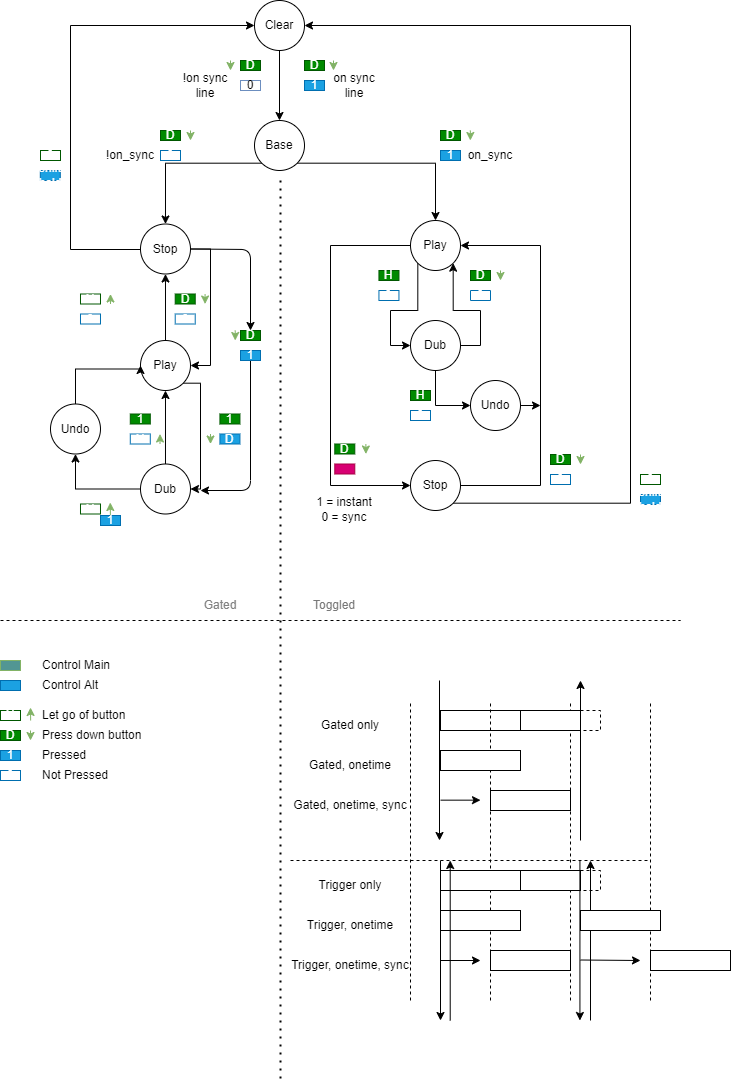
The draw.io diagram minim_states.drawio.png in purewack/minim-pd, before a commit. Source tidied: cells renumbered, new cells last; positions are measured from the earlier drawing's top-left corner, leaving out a move shared by most shapes.
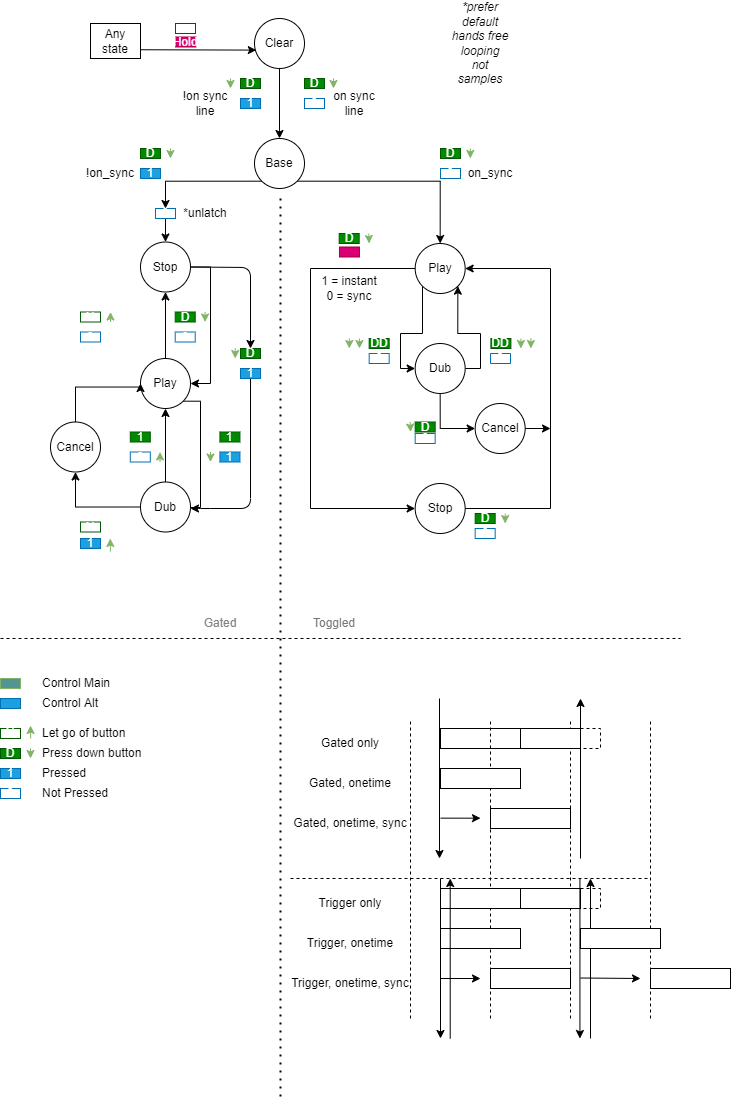
Later version of the same file.

Commit message:
[control] wip - roadmap for new control states

Diff of the diagram source:
```diff
@@ -10,4 +10,6 @@
     </mxCell>
-    <mxCell id="4" style="edgeStyle=orthogonalEdgeStyle;rounded=0;jettySize=auto;html=1;exitX=0;exitY=1;exitDx=0;exitDy=0;" parent="1" edge="1" source="6" target="10">
-      <mxGeometry relative="1" as="geometry" />
+    <mxCell id="4" style="edgeStyle=orthogonalEdgeStyle;rounded=0;jettySize=auto;html=1;exitX=0;exitY=1;exitDx=0;exitDy=0;" parent="1" edge="1" source="6">
+      <mxGeometry relative="1" as="geometry">
+        <mxPoint x="165" y="190" as="targetPoint" />
+      </mxGeometry>
     </mxCell>
@@ -22,11 +24,2 @@
     </mxCell>
-    <mxCell id="8" style="edgeStyle=orthogonalEdgeStyle;rounded=0;jettySize=auto;html=1;exitX=0;exitY=0;exitDx=0;exitDy=0;fontColor=#080808;entryX=0;entryY=0.5;entryDx=0;entryDy=0;" parent="1" edge="1" source="10" target="3">
-      <mxGeometry relative="1" as="geometry">
-        <Array as="points">
-          <mxPoint x="147" y="249" />
-          <mxPoint x="70" y="249" />
-          <mxPoint x="70" y="25" />
-        </Array>
-      </mxGeometry>
-    </mxCell>
     <mxCell id="9" style="edgeStyle=none;html=1;exitX=1;exitY=0.5;exitDx=0;exitDy=0;entryX=0.5;entryY=0;entryDx=0;entryDy=0;" parent="1" edge="1" source="10" target="129">
@@ -44,4 +37,4 @@
         <Array as="points">
-          <mxPoint x="330" y="245" />
-          <mxPoint x="330" y="485" />
+          <mxPoint x="310" y="250" />
+          <mxPoint x="310" y="490" />
         </Array>
@@ -52,5 +45,5 @@
         <Array as="points">
-          <mxPoint x="417" y="310" />
-          <mxPoint x="390" y="310" />
-          <mxPoint x="390" y="345" />
+          <mxPoint x="422" y="315" />
+          <mxPoint x="400" y="315" />
+          <mxPoint x="400" y="350" />
         </Array>
@@ -59,3 +52,3 @@
     <mxCell id="13" value="Play" style="ellipse;whiteSpace=wrap;html=1;" parent="1" vertex="1">
-      <mxGeometry x="410" y="220" width="50" height="50" as="geometry" />
+      <mxGeometry x="414.7" y="225" width="50" height="50" as="geometry" />
     </mxCell>
@@ -64,5 +57,5 @@
         <Array as="points">
-          <mxPoint x="480" y="345" />
-          <mxPoint x="480" y="310" />
-          <mxPoint x="453" y="310" />
+          <mxPoint x="480" y="350" />
+          <mxPoint x="480" y="315" />
+          <mxPoint x="457" y="315" />
         </Array>
@@ -74,3 +67,3 @@
     <mxCell id="16" value="Dub&lt;br&gt;" style="ellipse;whiteSpace=wrap;html=1;" parent="1" vertex="1">
-      <mxGeometry x="410" y="320" width="50" height="50" as="geometry" />
+      <mxGeometry x="414.7" y="325" width="50" height="50" as="geometry" />
     </mxCell>
@@ -79,4 +72,4 @@
         <Array as="points">
-          <mxPoint x="540" y="485" />
-          <mxPoint x="540" y="245" />
+          <mxPoint x="550" y="490" />
+          <mxPoint x="550" y="250" />
         </Array>
@@ -84,12 +77,4 @@
     </mxCell>
-    <mxCell id="18" style="edgeStyle=orthogonalEdgeStyle;rounded=0;jettySize=auto;html=1;exitX=1;exitY=1;exitDx=0;exitDy=0;entryX=1;entryY=0.5;entryDx=0;entryDy=0;fontColor=#080808;" parent="1" edge="1" source="19" target="3">
-      <mxGeometry relative="1" as="geometry">
-        <Array as="points">
-          <mxPoint x="630" y="503" />
-          <mxPoint x="630" y="25" />
-        </Array>
-      </mxGeometry>
-    </mxCell>
     <mxCell id="19" value="Stop" style="ellipse;whiteSpace=wrap;html=1;" parent="1" vertex="1">
-      <mxGeometry x="410" y="460" width="50" height="50" as="geometry" />
+      <mxGeometry x="414.7" y="465" width="50" height="50" as="geometry" />
     </mxCell>
@@ -103,7 +88,8 @@
     </mxCell>
-    <mxCell id="21" style="edgeStyle=orthogonalEdgeStyle;rounded=0;jettySize=auto;html=1;exitX=1;exitY=1;exitDx=0;exitDy=0;entryX=1;entryY=0.5;entryDx=0;entryDy=0;fontColor=#080808;" parent="1" edge="1" source="22" target="25">
+    <mxCell id="21" style="edgeStyle=orthogonalEdgeStyle;rounded=0;jettySize=auto;html=1;exitX=1;exitY=1;exitDx=0;exitDy=0;fontColor=#080808;endArrow=none;endFill=0;" parent="1" edge="1" source="22">
       <mxGeometry relative="1" as="geometry">
+        <mxPoint x="190" y="489" as="targetPoint" />
         <Array as="points">
           <mxPoint x="200" y="383" />
-          <mxPoint x="200" y="488" />
+          <mxPoint x="200" y="489" />
         </Array>
@@ -123,7 +109,7 @@
     </mxCell>
-    <mxCell id="26" value="0" style="rounded=0;whiteSpace=wrap;html=1;fillColor=none;strokeColor=#6c8ebf;" parent="1" vertex="1">
+    <mxCell id="26" value="1" style="rounded=0;whiteSpace=wrap;html=1;fillColor=#1ba1e2;strokeColor=#006EAF;fontColor=#ffffff;" parent="1" vertex="1">
       <mxGeometry x="240" y="80" width="20" height="10" as="geometry" />
     </mxCell>
-    <mxCell id="27" value="0" style="rounded=0;whiteSpace=wrap;html=1;fillColor=none;strokeColor=#006EAF;fontColor=#ffffff;" parent="1" vertex="1">
-      <mxGeometry x="160" y="150" width="20" height="10" as="geometry" />
+    <mxCell id="27" value="1" style="rounded=0;whiteSpace=wrap;html=1;fillColor=#1ba1e2;strokeColor=#006EAF;fontColor=#ffffff;" parent="1" vertex="1">
+      <mxGeometry x="140" y="150" width="20" height="10" as="geometry" />
     </mxCell>
@@ -160,3 +146,3 @@
     </mxCell>
-    <mxCell id="35" value="Undo" style="ellipse;whiteSpace=wrap;html=1;" parent="1" vertex="1">
+    <mxCell id="35" value="Cancel" style="ellipse;whiteSpace=wrap;html=1;" parent="1" vertex="1">
       <mxGeometry x="50" y="403.5" width="50" height="50" as="geometry" />
@@ -169,3 +155,3 @@
     </mxCell>
-    <mxCell id="37" value="D" style="rounded=0;whiteSpace=wrap;html=1;fillColor=#1ba1e2;strokeColor=#006EAF;fontColor=#ffffff;" parent="1" vertex="1">
+    <mxCell id="37" value="1" style="rounded=0;whiteSpace=wrap;html=1;fillColor=#1ba1e2;strokeColor=#006EAF;fontColor=#ffffff;" parent="1" vertex="1">
       <mxGeometry x="219.4" y="433.5" width="20" height="10" as="geometry" />
@@ -181,3 +167,3 @@
     </mxCell>
-    <mxCell id="40" value="U" style="rounded=0;whiteSpace=wrap;html=1;fillColor=none;strokeColor=#006EAF;fontColor=#ffffff;" parent="1" vertex="1">
+    <mxCell id="40" value="0" style="rounded=0;whiteSpace=wrap;html=1;fillColor=none;strokeColor=#006EAF;fontColor=#ffffff;" parent="1" vertex="1">
       <mxGeometry x="129.8" y="433.5" width="20" height="10" as="geometry" />
@@ -192,6 +178,6 @@
       <mxGeometry relative="1" as="geometry">
-        <mxPoint x="109.9" y="515" as="sourcePoint" />
-        <mxPoint x="109.8" y="502" as="targetPoint" />
+        <mxPoint x="109.9" y="533" as="sourcePoint" />
+        <mxPoint x="109.8" y="520" as="targetPoint" />
         <Array as="points">
-          <mxPoint x="109.9" y="515" />
+          <mxPoint x="109.9" y="533" />
         </Array>
@@ -199,3 +185,3 @@
     </mxCell>
-    <mxCell id="44" value="1" style="rounded=0;whiteSpace=wrap;html=1;fillColor=#1ba1e2;strokeColor=#006EAF;fontColor=#ffffff;" parent="1" vertex="1">
+    <mxCell id="44" value="0" style="rounded=0;whiteSpace=wrap;html=1;fillColor=none;strokeColor=#006EAF;fontColor=#ffffff;" parent="1" vertex="1">
       <mxGeometry x="440" y="150" width="20" height="10" as="geometry" />
@@ -203,45 +189,33 @@
     <mxCell id="45" value="0" style="rounded=0;whiteSpace=wrap;html=1;fillColor=none;strokeColor=#006EAF;fontColor=#ffffff;" parent="1" vertex="1">
-      <mxGeometry x="378.4" y="290" width="20" height="10" as="geometry" />
+      <mxGeometry x="368.7" y="335" width="20" height="10" as="geometry" />
     </mxCell>
-    <mxCell id="46" value="H" style="rounded=0;whiteSpace=wrap;html=1;fillColor=#008a00;strokeColor=#005700;fontColor=#ffffff;" parent="1" vertex="1">
-      <mxGeometry x="378.4" y="270" width="20" height="10" as="geometry" />
+    <mxCell id="46" value="DD" style="rounded=0;whiteSpace=wrap;html=1;fillColor=#008a00;strokeColor=#005700;fontColor=#ffffff;" parent="1" vertex="1">
+      <mxGeometry x="368.7" y="320" width="20" height="10" as="geometry" />
     </mxCell>
     <mxCell id="47" value="0" style="rounded=0;whiteSpace=wrap;html=1;fillColor=none;strokeColor=#006EAF;fontColor=#ffffff;direction=south;" parent="1" vertex="1">
-      <mxGeometry x="470" y="290" width="20" height="10" as="geometry" />
+      <mxGeometry x="490" y="335" width="20" height="10" as="geometry" />
     </mxCell>
     <mxCell id="48" value="D" style="rounded=0;whiteSpace=wrap;html=1;fillColor=#008a00;strokeColor=#005700;fontColor=#ffffff;" parent="1" vertex="1">
-      <mxGeometry x="470" y="270" width="20" height="10" as="geometry" />
+      <mxGeometry x="414.7" y="403.5" width="20" height="10" as="geometry" />
     </mxCell>
     <mxCell id="49" value="0" style="rounded=0;whiteSpace=wrap;html=1;fillColor=none;strokeColor=#006EAF;fontColor=#ffffff;" parent="1" vertex="1">
-      <mxGeometry x="550" y="474" width="20" height="10" as="geometry" />
+      <mxGeometry x="474.7" y="510" width="20" height="10" as="geometry" />
     </mxCell>
     <mxCell id="50" value="D" style="rounded=0;whiteSpace=wrap;html=1;fillColor=#008a00;strokeColor=#005700;fontColor=#ffffff;" parent="1" vertex="1">
-      <mxGeometry x="550" y="454" width="20" height="10" as="geometry" />
+      <mxGeometry x="474.7" y="495" width="20" height="10" as="geometry" />
     </mxCell>
     <mxCell id="51" style="rounded=0;whiteSpace=wrap;html=1;fillColor=#d80073;strokeColor=#A50040;fontColor=#ffffff;" parent="1" vertex="1">
-      <mxGeometry x="334.3" y="463.5" width="20" height="10" as="geometry" />
+      <mxGeometry x="339" y="228.5" width="20" height="10" as="geometry" />
     </mxCell>
-    <mxCell id="52" value="D" style="rounded=0;whiteSpace=wrap;html=1;fillColor=#008a00;strokeColor=#005700;fontColor=#ffffff;" parent="1" vertex="1">
-      <mxGeometry x="334.3" y="443.5" width="20" height="10" as="geometry" />
-    </mxCell>
     <mxCell id="53" style="edgeStyle=orthogonalEdgeStyle;rounded=0;jettySize=auto;html=1;exitX=1;exitY=0.5;exitDx=0;exitDy=0;fontColor=#080808;" parent="1" edge="1" source="54">
       <mxGeometry relative="1" as="geometry">
-        <mxPoint x="540" y="405" as="targetPoint" />
+        <mxPoint x="550" y="410" as="targetPoint" />
       </mxGeometry>
     </mxCell>
-    <mxCell id="54" value="Undo" style="ellipse;whiteSpace=wrap;html=1;" parent="1" vertex="1">
-      <mxGeometry x="470" y="380" width="50" height="50" as="geometry" />
+    <mxCell id="54" value="Cancel" style="ellipse;whiteSpace=wrap;html=1;" parent="1" vertex="1">
+      <mxGeometry x="474.7" y="385" width="50" height="50" as="geometry" />
     </mxCell>
-    <mxCell id="55" value="H" style="rounded=0;whiteSpace=wrap;html=1;fillColor=#008a00;strokeColor=#005700;fontColor=#ffffff;" parent="1" vertex="1">
-      <mxGeometry x="410" y="390" width="20" height="10" as="geometry" />
+    <mxCell id="55" value="DD" style="rounded=0;whiteSpace=wrap;html=1;fillColor=#008a00;strokeColor=#005700;fontColor=#ffffff;" parent="1" vertex="1">
+      <mxGeometry x="490.4" y="320" width="20" height="10" as="geometry" />
     </mxCell>
-    <mxCell id="56" value="0" style="rounded=0;whiteSpace=wrap;html=1;fillColor=none;strokeColor=#005700;fontColor=#ffffff;" parent="1" vertex="1">
-      <mxGeometry x="40" y="150" width="20" height="10" as="geometry" />
-    </mxCell>
-    <mxCell id="57" value="0" style="rounded=0;whiteSpace=wrap;html=1;fillColor=none;strokeColor=#005700;fontColor=#ffffff;" parent="1" vertex="1">
-      <mxGeometry x="640" y="474" width="20" height="10" as="geometry" />
-    </mxCell>
-    <mxCell id="58" value="shift hold" style="rounded=0;whiteSpace=wrap;html=1;fillColor=#1ba1e2;strokeColor=#006EAF;fontColor=#ffffff;" parent="1" vertex="1">
-      <mxGeometry x="640" y="494" width="20" height="10" as="geometry" />
-    </mxCell>
     <mxCell id="59" style="endArrow=none;dashed=1;html=1;dashPattern=1 3;strokeWidth=2;rounded=0;fontColor=#080808;" parent="1" edge="1">
@@ -259,3 +233,3 @@
     <mxCell id="62" value="D" style="rounded=0;whiteSpace=wrap;html=1;fillColor=#008a00;strokeColor=#005700;fontColor=#ffffff;" parent="1" vertex="1">
-      <mxGeometry x="160" y="130" width="20" height="10" as="geometry" />
+      <mxGeometry x="140" y="130" width="20" height="10" as="geometry" />
     </mxCell>
@@ -268,6 +242,6 @@
     <mxCell id="65" value="0" style="rounded=0;whiteSpace=wrap;html=1;fillColor=none;strokeColor=#006EAF;fontColor=#ffffff;" parent="1" vertex="1">
-      <mxGeometry x="410" y="410" width="20" height="10" as="geometry" />
+      <mxGeometry x="414.7" y="415" width="20" height="10" as="geometry" />
     </mxCell>
     <mxCell id="66" value="1" style="rounded=0;whiteSpace=wrap;html=1;fillColor=#1ba1e2;strokeColor=#006EAF;fontColor=#ffffff;" parent="1" vertex="1">
-      <mxGeometry x="100" y="515" width="20" height="10" as="geometry" />
+      <mxGeometry x="80" y="520" width="20" height="10" as="geometry" />
     </mxCell>
@@ -417,3 +391,3 @@
     </mxCell>
-    <mxCell id="100" value="1" style="rounded=0;whiteSpace=wrap;html=1;fillColor=#1ba1e2;strokeColor=#006EAF;fontColor=#ffffff;" parent="1" vertex="1">
+    <mxCell id="100" value="0" style="rounded=0;whiteSpace=wrap;html=1;fillColor=none;strokeColor=#006EAF;fontColor=#ffffff;" parent="1" vertex="1">
       <mxGeometry x="304" y="80" width="20" height="10" as="geometry" />
@@ -433,3 +407,3 @@
     <mxCell id="105" value="!on_sync" style="text;html=1;strokeColor=none;fillColor=none;align=center;verticalAlign=middle;whiteSpace=wrap;rounded=0;" parent="1" vertex="1">
-      <mxGeometry x="100" y="140" width="60" height="30" as="geometry" />
+      <mxGeometry x="80" y="140" width="60" height="30" as="geometry" />
     </mxCell>
@@ -489,12 +463,9 @@
     </mxCell>
-    <mxCell id="120" style="endArrow=classic;html=1;rounded=0;fillColor=#d5e8d4;strokeColor=#82b366;" parent="1" edge="1">
-      <mxGeometry relative="1" as="geometry">
-        <mxPoint x="365.4" y="443.5" as="sourcePoint" />
-        <mxPoint x="365.4" y="453.5" as="targetPoint" />
-      </mxGeometry>
-    </mxCell>
     <mxCell id="121" style="endArrow=classic;html=1;rounded=0;fillColor=#d5e8d4;strokeColor=#82b366;" parent="1" edge="1">
       <mxGeometry relative="1" as="geometry">
-        <mxPoint x="500" y="270" as="sourcePoint" />
-        <mxPoint x="500" y="280" as="targetPoint" />
+        <mxPoint x="409.6" y="403.5" as="sourcePoint" />
+        <mxPoint x="409.6" y="413.5" as="targetPoint" />
+        <Array as="points">
+          <mxPoint x="410" y="413.5" />
+        </Array>
       </mxGeometry>
@@ -503,4 +474,4 @@
       <mxGeometry relative="1" as="geometry">
-        <mxPoint x="580" y="454" as="sourcePoint" />
-        <mxPoint x="580" y="464" as="targetPoint" />
+        <mxPoint x="504.7" y="495" as="sourcePoint" />
+        <mxPoint x="504.7" y="505" as="targetPoint" />
       </mxGeometry>
@@ -515,4 +486,4 @@
       <mxGeometry relative="1" as="geometry">
-        <mxPoint x="190" y="130" as="sourcePoint" />
-        <mxPoint x="190" y="140" as="targetPoint" />
+        <mxPoint x="170" y="130" as="sourcePoint" />
+        <mxPoint x="170" y="140" as="targetPoint" />
       </mxGeometry>
@@ -533,5 +504,6 @@
       <mxGeometry relative="1" as="geometry">
-        <mxPoint x="200" y="490" as="targetPoint" />
+        <mxPoint x="190" y="490" as="targetPoint" />
         <Array as="points">
           <mxPoint x="250" y="490" />
+          <mxPoint x="200" y="490" />
         </Array>
@@ -551,8 +523,65 @@
     </mxCell>
-    <mxCell id="131" value="shift hold" style="rounded=0;whiteSpace=wrap;html=1;fillColor=#1ba1e2;strokeColor=#006EAF;fontColor=#ffffff;" parent="1" vertex="1">
-      <mxGeometry x="39.8" y="170" width="20" height="10" as="geometry" />
-    </mxCell>
     <mxCell id="132" value="1 = instant&lt;br&gt;0 = sync" style="text;html=1;strokeColor=none;fillColor=none;align=center;verticalAlign=middle;whiteSpace=wrap;rounded=0;" parent="1" vertex="1">
-      <mxGeometry x="314.3" y="493.5" width="60" height="30" as="geometry" />
+      <mxGeometry x="318.7" y="255" width="60" height="30" as="geometry" />
     </mxCell>
+    <mxCell id="52" value="D" style="rounded=0;whiteSpace=wrap;html=1;fillColor=#008a00;strokeColor=#005700;fontColor=#ffffff;" parent="1" vertex="1">
+      <mxGeometry x="338.7" y="215" width="20" height="10" as="geometry" />
+    </mxCell>
+    <mxCell id="133" style="endArrow=classic;html=1;rounded=0;fillColor=#d5e8d4;strokeColor=#82b366;" parent="1" edge="1">
+      <mxGeometry relative="1" as="geometry">
+        <mxPoint x="348.8" y="320" as="sourcePoint" />
+        <mxPoint x="348.8" y="330" as="targetPoint" />
+      </mxGeometry>
+    </mxCell>
+    <mxCell id="134" style="endArrow=classic;html=1;rounded=0;fillColor=#d5e8d4;strokeColor=#82b366;" parent="1" edge="1">
+      <mxGeometry relative="1" as="geometry">
+        <mxPoint x="359" y="320" as="sourcePoint" />
+        <mxPoint x="359" y="330" as="targetPoint" />
+      </mxGeometry>
+    </mxCell>
+    <mxCell id="135" style="endArrow=classic;html=1;rounded=0;fillColor=#d5e8d4;strokeColor=#82b366;" parent="1" edge="1">
+      <mxGeometry relative="1" as="geometry">
+        <mxPoint x="530.4" y="320" as="sourcePoint" />
+        <mxPoint x="530.4" y="330" as="targetPoint" />
+      </mxGeometry>
+    </mxCell>
+    <mxCell id="136" style="edgeStyle=none;html=1;exitX=0.5;exitY=1;exitDx=0;exitDy=0;entryX=0.5;entryY=0;entryDx=0;entryDy=0;" parent="1" edge="1" source="137" target="10">
+      <mxGeometry relative="1" as="geometry" />
+    </mxCell>
+    <mxCell id="137" value="0" style="rounded=0;whiteSpace=wrap;html=1;fillColor=none;strokeColor=#006EAF;fontColor=#ffffff;" parent="1" vertex="1">
+      <mxGeometry x="155" y="190" width="20" height="10" as="geometry" />
+    </mxCell>
+    <mxCell id="138" value="*unlatch" style="text;html=1;strokeColor=none;fillColor=none;align=center;verticalAlign=middle;whiteSpace=wrap;rounded=0;" parent="1" vertex="1">
+      <mxGeometry x="174.7" y="180" width="60" height="30" as="geometry" />
+    </mxCell>
+    <mxCell id="139" style="endArrow=classic;html=1;rounded=0;fillColor=#d5e8d4;strokeColor=#82b366;" parent="1" edge="1">
+      <mxGeometry relative="1" as="geometry">
+        <mxPoint x="520.4" y="320" as="sourcePoint" />
+        <mxPoint x="520.4" y="330" as="targetPoint" />
+      </mxGeometry>
+    </mxCell>
+    <mxCell id="140" style="endArrow=classic;html=1;rounded=0;fillColor=#d5e8d4;strokeColor=#82b366;" parent="1" edge="1">
+      <mxGeometry relative="1" as="geometry">
+        <mxPoint x="368.3" y="215" as="sourcePoint" />
+        <mxPoint x="368.3" y="225" as="targetPoint" />
+        <Array as="points">
+          <mxPoint x="368.7" y="225" />
+        </Array>
+      </mxGeometry>
+    </mxCell>
+    <mxCell id="141" value="*prefer default hands free looping not samples" style="text;html=1;strokeColor=none;fillColor=none;align=center;verticalAlign=middle;whiteSpace=wrap;rounded=0;fontStyle=2;" parent="1" vertex="1">
+      <mxGeometry x="450.4" y="10" width="60" height="30" as="geometry" />
+    </mxCell>
+    <mxCell id="142" style="edgeStyle=none;html=1;exitX=1;exitY=0.75;exitDx=0;exitDy=0;entryX=0.036;entryY=0.632;entryDx=0;entryDy=0;entryPerimeter=0;endArrow=classic;endFill=1;" parent="1" edge="1" source="143" target="3">
+      <mxGeometry relative="1" as="geometry" />
+    </mxCell>
+    <mxCell id="143" value="Any state" style="rounded=0;whiteSpace=wrap;html=1;fillColor=none;" parent="1" vertex="1">
+      <mxGeometry x="90" y="5" width="50" height="35" as="geometry" />
+    </mxCell>
+    <mxCell id="144" value="Hold" style="rounded=0;whiteSpace=wrap;html=1;fillColor=#d80073;strokeColor=#A50040;fontColor=#ffffff;" parent="1" vertex="1">
+      <mxGeometry x="175.3" y="18.5" width="20" height="10" as="geometry" />
+    </mxCell>
+    <mxCell id="145" value="x" style="rounded=0;whiteSpace=wrap;html=1;fillColor=none;strokeColor=#005700;fontColor=#ffffff;" parent="1" vertex="1">
+      <mxGeometry x="175" y="5" width="20" height="10" as="geometry" />
+    </mxCell>
   </root>
```
